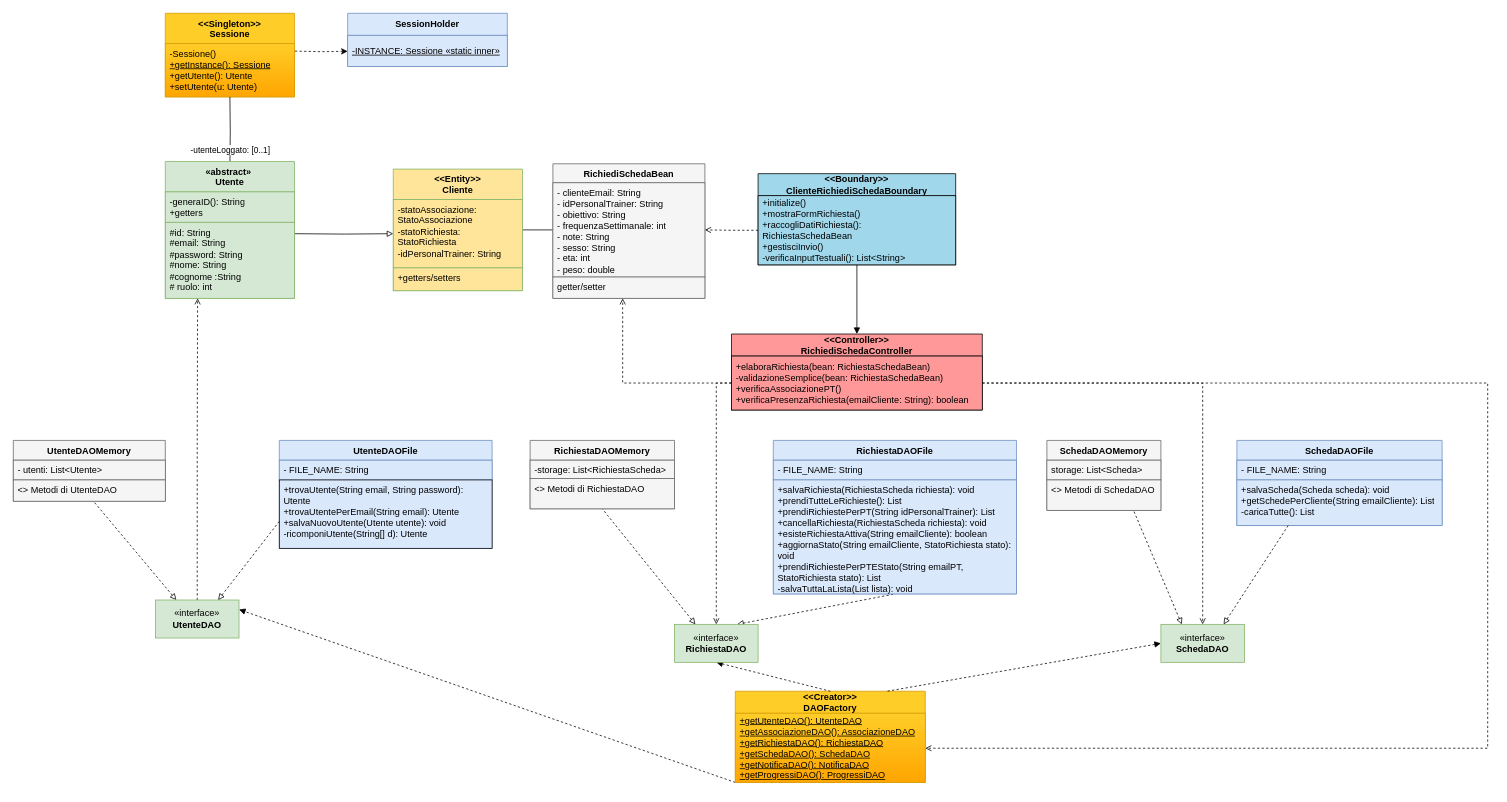
The draw.io diagram Diagramma senza titolo.drawio in FedericoSib/FitPlan, before the edit. Source tidied: cells renumbered, new cells numbered last; positions are measured from the earlier drawing's top-left corner, leaving out a move shared by most shapes. Both pictures are drawn from the tidied source at 76%, with x=0, y=0 at pixel (13, 13).
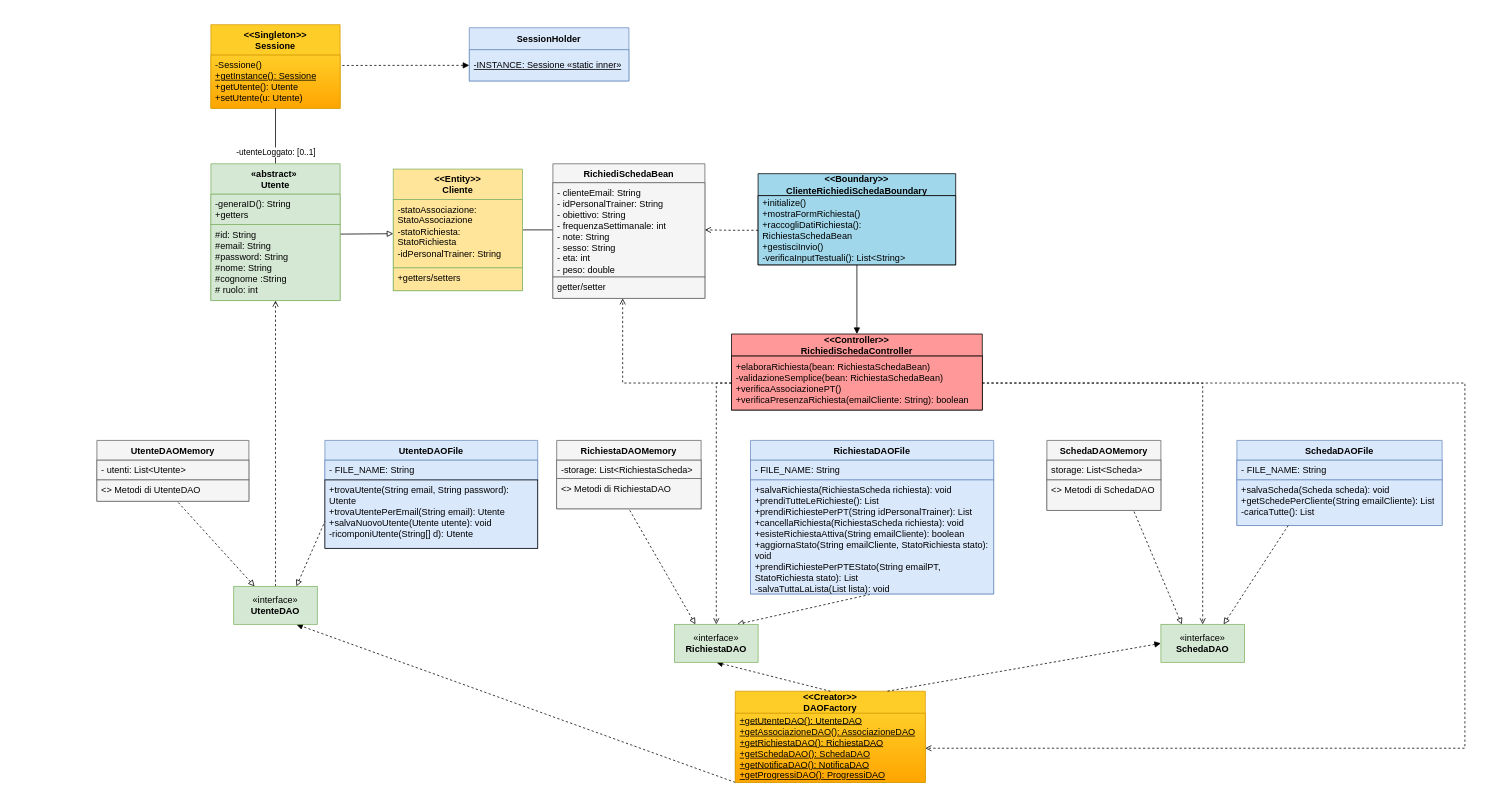
Above is the later version.

The change refers to these unchanged cells:
```xml
<mxCell id="3" value="&amp;lt;&amp;lt;Creator&amp;gt;&amp;gt;&lt;div&gt;DAOFactory&lt;/div&gt;" style="swimlane;fontStyle=1;align=center;verticalAlign=middle;horizontal=1;startSize=29;html=1;whiteSpace=wrap;fillColor=#ffcd28;strokeColor=#d79b00;gradientColor=none;" parent="1" vertex="1">
  <mxGeometry x="950" y="892" width="250" height="120" as="geometry" />
</mxCell>
<mxCell id="35" value="-Sessione()&lt;br&gt;&lt;u&gt;    +getInstance(): Sessione&lt;/u&gt;&lt;br&gt;    +getUtente(): Utente&lt;br&gt;    +setUtente(u: Utente)" style="text;strokeColor=#d79b00;fillColor=#ffcd28;align=left;verticalAlign=top;spacingLeft=4;spacingRight=4;overflow=hidden;points=[[0,0.5],[1,0.5]];portConstraint=eastwest;whiteSpace=wrap;html=1;gradientColor=#ffa500;" parent="34" vertex="1">
  <mxGeometry y="40" width="170" height="70" as="geometry" />
</mxCell>
<mxCell id="44" value="&lt;div align=&quot;left&quot;&gt;&lt;u&gt;-INSTANCE: Sessione  «static inner»&lt;/u&gt;&lt;/div&gt;" style="text;html=1;strokeColor=#6c8ebf;fillColor=#dae8fc;align=left;verticalAlign=middle;spacingLeft=4;spacingRight=4;overflow=hidden;points=[[0,0.5],[1,0.5]];portConstraint=eastwest;whiteSpace=wrap;gradientColor=none;" parent="43" vertex="1">
  <mxGeometry y="29" width="210" height="41" as="geometry" />
</mxCell>
<mxCell id="48" value="&lt;div align=&quot;left&quot;&gt;+elaboraRichiesta(bean: RichiestaSchedaBean)&lt;/div&gt;&lt;div align=&quot;left&quot;&gt;-validazioneSemplice(bean: RichiestaSchedaBean)&lt;/div&gt;&lt;div align=&quot;left&quot;&gt;+verificaAssociazionePT()&lt;/div&gt;&lt;div align=&quot;left&quot;&gt;+verificaPresenzaRichiesta(emailCliente: String): boolean&lt;/div&gt;" style="text;html=1;strokeColor=default;fillColor=#FF9999;align=left;verticalAlign=middle;spacingLeft=4;spacingRight=4;overflow=hidden;points=[[0,0.5],[1,0.5]];portConstraint=eastwest;whiteSpace=wrap;" parent="47" vertex="1">
  <mxGeometry y="29" width="330" height="71" as="geometry" />
</mxCell>
```

The edit, as a diff of the source:
```diff
@@
-    <mxCell id="2" style="rounded=0;jettySize=auto;html=1;exitX=0;exitY=1;exitDx=0;exitDy=0;entryX=1;entryY=0.25;entryDx=0;entryDy=0;dashed=1;endArrow=block;endFill=1;" parent="1" edge="1" source="3" target="18">
+    <mxCell id="2" style="rounded=0;jettySize=auto;html=1;exitX=0;exitY=1;exitDx=0;exitDy=0;entryX=0.75;entryY=1;entryDx=0;entryDy=0;dashed=1;endArrow=block;endFill=1;" parent="1" edge="1" source="3" target="18">
       <mxGeometry relative="1" as="geometry" />
     </mxCell>
@@
     <mxCell id="10" value="&lt;b&gt;RichiestaDAOFile&lt;/b&gt;" style="swimlane;fontStyle=1;align=center;verticalAlign=top;horizontal=1;startSize=26;whiteSpace=wrap;html=1;fillColor=#dae8fc;gradientColor=none;strokeColor=#6c8ebf;" parent="1" vertex="1">
-      <mxGeometry x="1000" y="562" width="320" height="202" as="geometry" />
+      <mxGeometry x="970" y="562" width="320" height="202" as="geometry" />
     </mxCell>
@@
     <mxCell id="13" value="&lt;b&gt;RichiestaDAOMemory&lt;/b&gt;" style="swimlane;fontStyle=1;align=center;verticalAlign=top;horizontal=1;startSize=26;whiteSpace=wrap;html=1;fillColor=#f5f5f5;gradientColor=none;strokeColor=#666666;" parent="1" vertex="1">
-      <mxGeometry x="680" y="562" width="190" height="90" as="geometry" />
+      <mxGeometry x="715" y="562" width="190" height="90" as="geometry" />
     </mxCell>
@@
-    <mxCell id="17" style="edgeStyle=orthogonalEdgeStyle;rounded=0;jettySize=auto;html=1;entryX=0.25;entryY=1;entryDx=0;entryDy=0;endArrow=open;endFill=0;dashed=1;" parent="1" edge="1" source="18" target="39">
+    <mxCell id="17" style="edgeStyle=orthogonalEdgeStyle;rounded=0;jettySize=auto;html=1;entryX=0.5;entryY=1;entryDx=0;entryDy=0;endArrow=open;endFill=0;dashed=1;" parent="1" edge="1" source="18" target="39">
       <mxGeometry relative="1" as="geometry" />
     </mxCell>
     <mxCell id="18" value="«interface»&lt;br&gt;&lt;b&gt;UtenteDAO&lt;/b&gt;" style="html=1;whiteSpace=wrap;fillColor=#d5e8d4;strokeColor=#82b366;gradientColor=none;" parent="1" vertex="1">
-      <mxGeometry x="187" y="772" width="110" height="50" as="geometry" />
+      <mxGeometry x="290" y="754" width="110" height="50" as="geometry" />
     </mxCell>
     <mxCell id="19" value="&lt;b&gt;UtenteDAOFile&lt;/b&gt;" style="swimlane;fontStyle=1;align=center;verticalAlign=top;horizontal=1;startSize=26;whiteSpace=wrap;html=1;fillColor=#dae8fc;gradientColor=none;strokeColor=#6c8ebf;" parent="1" vertex="1">
-      <mxGeometry x="350" y="562" width="280" height="142" as="geometry" />
+      <mxGeometry x="410" y="562" width="280" height="142" as="geometry" />
     </mxCell>
@@
     <mxCell id="22" value="&lt;b&gt;UtenteDAO&lt;/b&gt;Memory" style="swimlane;fontStyle=1;align=center;verticalAlign=top;horizontal=1;startSize=26;whiteSpace=wrap;html=1;swimlaneFillColor=default;fillColor=#f5f5f5;strokeColor=#666666;gradientColor=none;" parent="1" vertex="1">
-      <mxGeometry y="562" width="200" height="80" as="geometry" />
+      <mxGeometry x="110" y="562" width="200" height="80" as="geometry" />
     </mxCell>
@@
     <mxCell id="34" value="&lt;div&gt;&amp;lt;&amp;lt;Singleton&amp;gt;&amp;gt;&lt;/div&gt;&lt;div&gt;Sessione&lt;/div&gt;" style="swimlane;fontStyle=1;align=center;verticalAlign=top;horizontal=1;startSize=40;whiteSpace=wrap;html=1;fillColor=#ffcd28;gradientColor=none;strokeColor=#d79b00;" parent="1" vertex="1">
-      <mxGeometry x="200" width="170" height="110" as="geometry" />
+      <mxGeometry x="260" y="15" width="170" height="110" as="geometry" />
     </mxCell>
@@
-    <mxCell id="36" style="edgeStyle=orthogonalEdgeStyle;rounded=0;jettySize=auto;html=1;entryX=0.5;entryY=1;entryDx=0;entryDy=0;startArrow=none;startFill=0;endArrow=none;endFill=0;" parent="1" edge="1" target="34">
-      <mxGeometry relative="1" as="geometry">
-        <mxPoint x="285" y="200" as="sourcePoint" />
-      </mxGeometry>
+    <mxCell id="36" style="edgeStyle=orthogonalEdgeStyle;rounded=0;jettySize=auto;html=1;entryX=0.5;entryY=1;entryDx=0;entryDy=0;startArrow=none;startFill=0;endArrow=none;endFill=0;exitX=0.5;exitY=0;exitDx=0;exitDy=0;" parent="1" edge="1" source="39" target="34">
+      <mxGeometry relative="1" as="geometry" />
     </mxCell>
@@
     <mxCell id="39" value="&lt;div&gt;«abstract»&amp;nbsp;&lt;/div&gt;&lt;div&gt;Utente&lt;/div&gt;" style="swimlane;fontStyle=1;align=center;verticalAlign=top;horizontal=1;startSize=40;whiteSpace=wrap;html=1;fillColor=#d5e8d4;gradientColor=none;strokeColor=#82b366;" parent="1" vertex="1">
-      <mxGeometry x="200" y="195" width="170" height="180" as="geometry" />
+      <mxGeometry x="260" y="198" width="170" height="180" as="geometry" />
     </mxCell>
@@
-    <mxCell id="42" style="edgeStyle=orthogonalEdgeStyle;rounded=0;orthogonalLoop=1;jettySize=auto;html=1;entryX=0.994;entryY=0.243;entryDx=0;entryDy=0;entryPerimeter=0;startArrow=classic;startFill=1;endArrow=none;endFill=0;dashed=1;exitX=0;exitY=0.5;exitDx=0;exitDy=0;" parent="1" edge="1">
-      <mxGeometry relative="1" as="geometry">
-        <mxPoint x="440" y="50" as="sourcePoint" />
-        <mxPoint x="369" y="49.7" as="targetPoint" />
-      </mxGeometry>
+    <mxCell id="42" style="edgeStyle=orthogonalEdgeStyle;rounded=0;jettySize=auto;html=1;entryX=1.008;entryY=0.195;entryDx=0;entryDy=0;entryPerimeter=0;startArrow=block;startFill=1;endArrow=none;endFill=0;dashed=1;exitX=0;exitY=0.5;exitDx=0;exitDy=0;" parent="1" edge="1" source="44" target="35">
+      <mxGeometry relative="1" as="geometry" />
     </mxCell>
     <mxCell id="43" value="SessionHolder" style="swimlane;fontStyle=1;align=center;verticalAlign=middle;horizontal=1;startSize=29;html=1;whiteSpace=wrap;fillColor=#dae8fc;gradientColor=none;strokeColor=#6c8ebf;" parent="1" vertex="1">
-      <mxGeometry x="440" width="210" height="70" as="geometry" />
+      <mxGeometry x="600" y="19" width="210" height="70" as="geometry" />
     </mxCell>
@@
     <mxCell id="49" style="edgeStyle=orthogonalEdgeStyle;rounded=0;jettySize=auto;html=1;dashed=1;endArrow=open;endFill=0;" parent="1" edge="1" source="48">
       <mxGeometry relative="1" as="geometry">
         <mxPoint x="1200" y="967" as="targetPoint" />
         <Array as="points">
-          <mxPoint x="1940" y="486" />
-          <mxPoint x="1940" y="967" />
+          <mxPoint x="1910" y="487" />
+          <mxPoint x="1910" y="967" />
         </Array>
       </mxGeometry>
     </mxCell>
```
